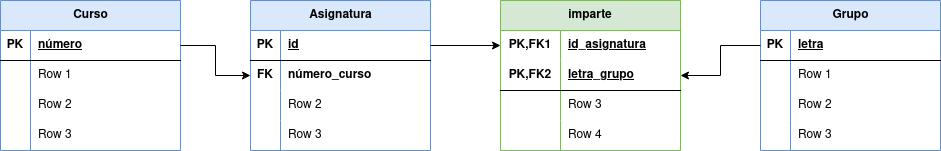
mdiogc/base-datos keeps this draw.io diagram as Unidad-2/Tareas/ Docente (MR-2)/docente.drawio.png. Above is the earlier version. Source tidied: cells renumbered, new cells last; positions are measured from the earlier drawing's top-left corner, leaving out a move shared by most shapes.
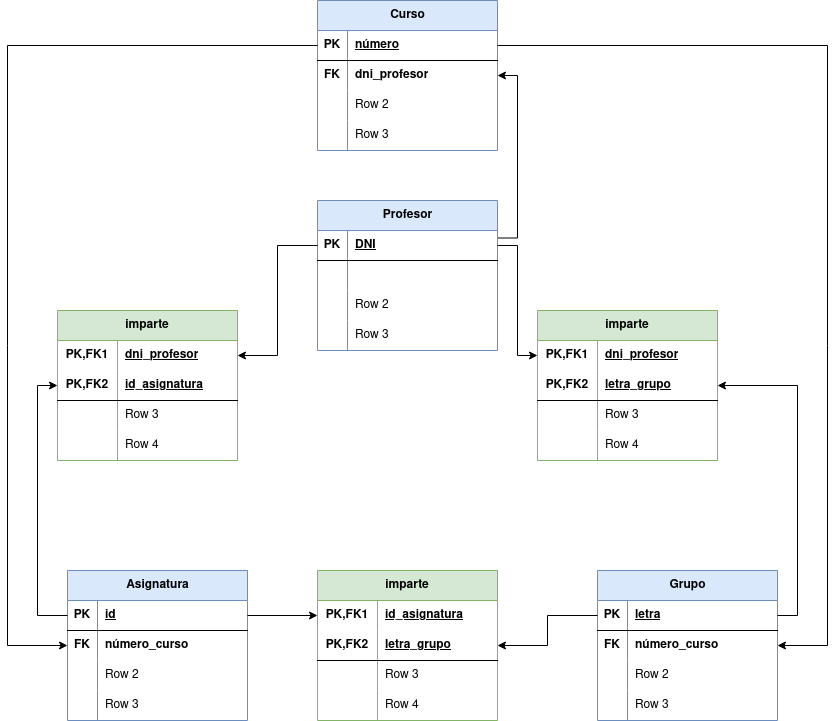
Above is the later version.

Change to the diagram source:
```diff
@@ -81,7 +81,7 @@
       <mxGeometry x="60" width="120" height="30" as="geometry" />
     </mxCell>
     <mxCell id="28" value="Grupo" style="shape=table;startSize=30;rowLines=0;fontStyle=1;align=center;html=1;fillColor=#dae8fc;strokeColor=#6c8ebf;" parent="1" vertex="1">
-      <mxGeometry x="760" width="180" height="150" as="geometry" />
+      <mxGeometry x="780" width="180" height="150" as="geometry" />
     </mxCell>
     <mxCell id="29" style="shape=tableRow;horizontal=0;startSize=0;swimlaneHead=0;swimlaneBody=0;fillColor=none;points=[[0,0.5],[1,0.5]];portConstraint=eastwest;top=0;left=0;right=0;bottom=1;" parent="28" vertex="1">
       <mxGeometry y="30" width="180" height="30" as="geometry" />
@@ -95,10 +95,10 @@
     <mxCell id="32" style="shape=tableRow;horizontal=0;startSize=0;swimlaneHead=0;swimlaneBody=0;fillColor=none;top=0;left=0;right=0;bottom=0;" parent="28" vertex="1">
       <mxGeometry y="60" width="180" height="30" as="geometry" />
     </mxCell>
-    <mxCell id="33" style="shape=partialRectangle;fillColor=none;top=0;left=0;bottom=0;right=0;overflow=hidden;whiteSpace=wrap;html=1;" parent="32" vertex="1">
+    <mxCell id="33" value="&lt;b&gt;FK&lt;/b&gt;" style="shape=partialRectangle;fillColor=none;top=0;left=0;bottom=0;right=0;overflow=hidden;whiteSpace=wrap;html=1;" parent="32" vertex="1">
       <mxGeometry width="30" height="30" as="geometry" />
     </mxCell>
-    <mxCell id="34" value="Row 1" style="shape=partialRectangle;fillColor=none;top=0;left=0;bottom=0;right=0;align=left;spacingLeft=6;overflow=hidden;whiteSpace=wrap;html=1;" parent="32" vertex="1">
+    <mxCell id="34" value="&lt;b&gt;número_curso&lt;/b&gt;" style="shape=partialRectangle;fillColor=none;top=0;left=0;bottom=0;right=0;align=left;spacingLeft=6;overflow=hidden;whiteSpace=wrap;html=1;" parent="32" vertex="1">
       <mxGeometry x="30" width="150" height="30" as="geometry" />
     </mxCell>
     <mxCell id="35" style="shape=tableRow;horizontal=0;startSize=0;swimlaneHead=0;swimlaneBody=0;fillColor=none;top=0;left=0;right=0;bottom=0;" parent="28" vertex="1">
@@ -120,7 +120,7 @@
       <mxGeometry x="30" width="150" height="30" as="geometry" />
     </mxCell>
     <mxCell id="41" value="Curso" style="shape=table;startSize=30;rowLines=0;fontStyle=1;align=center;html=1;fillColor=#dae8fc;strokeColor=#6c8ebf;" parent="1" vertex="1">
-      <mxGeometry width="180" height="150" as="geometry" />
+      <mxGeometry x="500" y="-570" width="180" height="150" as="geometry" />
     </mxCell>
     <mxCell id="42" style="shape=tableRow;horizontal=0;startSize=0;swimlaneHead=0;swimlaneBody=0;fillColor=none;points=[[0,0.5],[1,0.5]];portConstraint=eastwest;top=0;left=0;right=0;bottom=1;" parent="41" vertex="1">
       <mxGeometry y="30" width="180" height="30" as="geometry" />
@@ -134,10 +134,10 @@
     <mxCell id="45" style="shape=tableRow;horizontal=0;startSize=0;swimlaneHead=0;swimlaneBody=0;fillColor=none;top=0;left=0;right=0;bottom=0;" parent="41" vertex="1">
       <mxGeometry y="60" width="180" height="30" as="geometry" />
     </mxCell>
-    <mxCell id="46" style="shape=partialRectangle;fillColor=none;top=0;left=0;bottom=0;right=0;overflow=hidden;whiteSpace=wrap;html=1;" parent="45" vertex="1">
+    <mxCell id="46" value="&lt;b&gt;FK&lt;/b&gt;" style="shape=partialRectangle;fillColor=none;top=0;left=0;bottom=0;right=0;overflow=hidden;whiteSpace=wrap;html=1;" parent="45" vertex="1">
       <mxGeometry width="30" height="30" as="geometry" />
     </mxCell>
-    <mxCell id="47" value="Row 1" style="shape=partialRectangle;fillColor=none;top=0;left=0;bottom=0;right=0;align=left;spacingLeft=6;overflow=hidden;whiteSpace=wrap;html=1;" parent="45" vertex="1">
+    <mxCell id="47" value="&lt;b&gt;dni_profesor&lt;/b&gt;" style="shape=partialRectangle;fillColor=none;top=0;left=0;bottom=0;right=0;align=left;spacingLeft=6;overflow=hidden;whiteSpace=wrap;html=1;" parent="45" vertex="1">
       <mxGeometry x="30" width="150" height="30" as="geometry" />
     </mxCell>
     <mxCell id="48" style="shape=tableRow;horizontal=0;startSize=0;swimlaneHead=0;swimlaneBody=0;fillColor=none;top=0;left=0;right=0;bottom=0;" parent="41" vertex="1">
@@ -158,14 +158,159 @@
     <mxCell id="53" value="Row 3" style="shape=partialRectangle;fillColor=none;top=0;left=0;bottom=0;right=0;align=left;spacingLeft=6;overflow=hidden;whiteSpace=wrap;html=1;" parent="51" vertex="1">
       <mxGeometry x="30" width="150" height="30" as="geometry" />
     </mxCell>
-    <mxCell id="54" style="edgeStyle=orthogonalEdgeStyle;rounded=0;jettySize=auto;html=1;exitX=1;exitY=0.5;exitDx=0;exitDy=0;entryX=0;entryY=0.5;entryDx=0;entryDy=0;" parent="1" edge="1" source="42" target="6">
-      <mxGeometry relative="1" as="geometry" />
-    </mxCell>
     <mxCell id="55" style="edgeStyle=orthogonalEdgeStyle;rounded=0;jettySize=auto;html=1;exitX=1;exitY=0.5;exitDx=0;exitDy=0;entryX=0;entryY=0.5;entryDx=0;entryDy=0;" parent="1" edge="1" source="3" target="16">
       <mxGeometry relative="1" as="geometry" />
     </mxCell>
     <mxCell id="56" style="edgeStyle=orthogonalEdgeStyle;rounded=0;jettySize=auto;html=1;exitX=0;exitY=0.5;exitDx=0;exitDy=0;" parent="1" edge="1" source="29" target="19">
       <mxGeometry relative="1" as="geometry" />
     </mxCell>
+    <mxCell id="57" style="edgeStyle=orthogonalEdgeStyle;rounded=0;jettySize=auto;html=1;exitX=1;exitY=0.25;exitDx=0;exitDy=0;entryX=1;entryY=0.5;entryDx=0;entryDy=0;" parent="1" edge="1" source="58" target="41">
+      <mxGeometry relative="1" as="geometry" />
+    </mxCell>
+    <mxCell id="58" value="Profesor" style="shape=table;startSize=30;rowLines=0;fontStyle=1;align=center;html=1;fillColor=#dae8fc;strokeColor=#6c8ebf;" parent="1" vertex="1">
+      <mxGeometry x="500" y="-370" width="180" height="150" as="geometry" />
+    </mxCell>
+    <mxCell id="59" style="shape=tableRow;horizontal=0;startSize=0;swimlaneHead=0;swimlaneBody=0;fillColor=none;points=[[0,0.5],[1,0.5]];portConstraint=eastwest;top=0;left=0;right=0;bottom=1;" parent="58" vertex="1">
+      <mxGeometry y="30" width="180" height="30" as="geometry" />
+    </mxCell>
+    <mxCell id="60" value="PK" style="shape=partialRectangle;fillColor=none;top=0;left=0;bottom=0;right=0;fontStyle=1;overflow=hidden;whiteSpace=wrap;html=1;" parent="59" vertex="1">
+      <mxGeometry width="30" height="30" as="geometry" />
+    </mxCell>
+    <mxCell id="61" value="DNI" style="shape=partialRectangle;fillColor=none;top=0;left=0;bottom=0;right=0;align=left;spacingLeft=6;fontStyle=5;overflow=hidden;whiteSpace=wrap;html=1;" parent="59" vertex="1">
+      <mxGeometry x="30" width="150" height="30" as="geometry" />
+    </mxCell>
+    <mxCell id="62" style="shape=tableRow;horizontal=0;startSize=0;swimlaneHead=0;swimlaneBody=0;fillColor=none;top=0;left=0;right=0;bottom=0;" parent="58" vertex="1">
+      <mxGeometry y="60" width="180" height="30" as="geometry" />
+    </mxCell>
+    <mxCell id="63" style="shape=partialRectangle;fillColor=none;top=0;left=0;bottom=0;right=0;overflow=hidden;whiteSpace=wrap;html=1;" parent="62" vertex="1">
+      <mxGeometry width="30" height="30" as="geometry" />
+    </mxCell>
+    <mxCell id="64" style="shape=partialRectangle;fillColor=none;top=0;left=0;bottom=0;right=0;align=left;spacingLeft=6;overflow=hidden;whiteSpace=wrap;html=1;" parent="62" vertex="1">
+      <mxGeometry x="30" width="150" height="30" as="geometry" />
+    </mxCell>
+    <mxCell id="65" style="shape=tableRow;horizontal=0;startSize=0;swimlaneHead=0;swimlaneBody=0;fillColor=none;top=0;left=0;right=0;bottom=0;" parent="58" vertex="1">
+      <mxGeometry y="90" width="180" height="30" as="geometry" />
+    </mxCell>
+    <mxCell id="66" style="shape=partialRectangle;fillColor=none;top=0;left=0;bottom=0;right=0;overflow=hidden;whiteSpace=wrap;html=1;" parent="65" vertex="1">
+      <mxGeometry width="30" height="30" as="geometry" />
+    </mxCell>
+    <mxCell id="67" value="Row 2" style="shape=partialRectangle;fillColor=none;top=0;left=0;bottom=0;right=0;align=left;spacingLeft=6;overflow=hidden;whiteSpace=wrap;html=1;" parent="65" vertex="1">
+      <mxGeometry x="30" width="150" height="30" as="geometry" />
+    </mxCell>
+    <mxCell id="68" style="shape=tableRow;horizontal=0;startSize=0;swimlaneHead=0;swimlaneBody=0;fillColor=none;top=0;left=0;right=0;bottom=0;" parent="58" vertex="1">
+      <mxGeometry y="120" width="180" height="30" as="geometry" />
+    </mxCell>
+    <mxCell id="69" style="shape=partialRectangle;fillColor=none;top=0;left=0;bottom=0;right=0;overflow=hidden;whiteSpace=wrap;html=1;" parent="68" vertex="1">
+      <mxGeometry width="30" height="30" as="geometry" />
+    </mxCell>
+    <mxCell id="70" value="Row 3" style="shape=partialRectangle;fillColor=none;top=0;left=0;bottom=0;right=0;align=left;spacingLeft=6;overflow=hidden;whiteSpace=wrap;html=1;" parent="68" vertex="1">
+      <mxGeometry x="30" width="150" height="30" as="geometry" />
+    </mxCell>
+    <mxCell id="71" value="imparte" style="shape=table;startSize=30;rowLines=0;fontStyle=1;align=center;html=1;whiteSpace=wrap;fillColor=#d5e8d4;strokeColor=#82b366;" parent="1" vertex="1">
+      <mxGeometry x="720" y="-260" width="180" height="150" as="geometry" />
+    </mxCell>
+    <mxCell id="72" style="shape=tableRow;horizontal=0;startSize=0;swimlaneHead=0;swimlaneBody=0;fillColor=none;points=[[0,0.5],[1,0.5]];portConstraint=eastwest;top=0;left=0;right=0;bottom=0;html=1;" parent="71" vertex="1">
+      <mxGeometry y="30" width="180" height="30" as="geometry" />
+    </mxCell>
+    <mxCell id="73" value="PK,FK1" style="shape=partialRectangle;fillColor=none;top=0;left=0;bottom=0;right=0;fontStyle=1;overflow=hidden;html=1;whiteSpace=wrap;" parent="72" vertex="1">
+      <mxGeometry width="60" height="30" as="geometry" />
+    </mxCell>
+    <mxCell id="74" value="dni_profesor" style="shape=partialRectangle;fillColor=none;top=0;left=0;bottom=0;right=0;align=left;spacingLeft=6;fontStyle=5;overflow=hidden;html=1;whiteSpace=wrap;" parent="72" vertex="1">
+      <mxGeometry x="60" width="120" height="30" as="geometry" />
+    </mxCell>
+    <mxCell id="75" style="shape=tableRow;horizontal=0;startSize=0;swimlaneHead=0;swimlaneBody=0;fillColor=none;points=[[0,0.5],[1,0.5]];portConstraint=eastwest;top=0;left=0;right=0;bottom=1;html=1;" parent="71" vertex="1">
+      <mxGeometry y="60" width="180" height="30" as="geometry" />
+    </mxCell>
+    <mxCell id="76" value="PK,FK2" style="shape=partialRectangle;fillColor=none;top=0;left=0;bottom=0;right=0;fontStyle=1;overflow=hidden;html=1;whiteSpace=wrap;" parent="75" vertex="1">
+      <mxGeometry width="60" height="30" as="geometry" />
+    </mxCell>
+    <mxCell id="77" value="letra_grupo" style="shape=partialRectangle;fillColor=none;top=0;left=0;bottom=0;right=0;align=left;spacingLeft=6;fontStyle=5;overflow=hidden;html=1;whiteSpace=wrap;" parent="75" vertex="1">
+      <mxGeometry x="60" width="120" height="30" as="geometry" />
+    </mxCell>
+    <mxCell id="78" style="shape=tableRow;horizontal=0;startSize=0;swimlaneHead=0;swimlaneBody=0;fillColor=none;top=0;left=0;right=0;bottom=0;html=1;" parent="71" vertex="1">
+      <mxGeometry y="90" width="180" height="30" as="geometry" />
+    </mxCell>
+    <mxCell id="79" style="shape=partialRectangle;fillColor=none;top=0;left=0;bottom=0;right=0;overflow=hidden;html=1;whiteSpace=wrap;" parent="78" vertex="1">
+      <mxGeometry width="60" height="30" as="geometry" />
+    </mxCell>
+    <mxCell id="80" value="Row 3" style="shape=partialRectangle;fillColor=none;top=0;left=0;bottom=0;right=0;align=left;spacingLeft=6;overflow=hidden;html=1;whiteSpace=wrap;" parent="78" vertex="1">
+      <mxGeometry x="60" width="120" height="30" as="geometry" />
+    </mxCell>
+    <mxCell id="81" style="shape=tableRow;horizontal=0;startSize=0;swimlaneHead=0;swimlaneBody=0;fillColor=none;top=0;left=0;right=0;bottom=0;html=1;" parent="71" vertex="1">
+      <mxGeometry y="120" width="180" height="30" as="geometry" />
+    </mxCell>
+    <mxCell id="82" style="shape=partialRectangle;fillColor=none;top=0;left=0;bottom=0;right=0;overflow=hidden;html=1;whiteSpace=wrap;" parent="81" vertex="1">
+      <mxGeometry width="60" height="30" as="geometry" />
+    </mxCell>
+    <mxCell id="83" value="Row 4" style="shape=partialRectangle;fillColor=none;top=0;left=0;bottom=0;right=0;align=left;spacingLeft=6;overflow=hidden;html=1;whiteSpace=wrap;" parent="81" vertex="1">
+      <mxGeometry x="60" width="120" height="30" as="geometry" />
+    </mxCell>
+    <mxCell id="84" style="edgeStyle=orthogonalEdgeStyle;rounded=0;jettySize=auto;html=1;exitX=1;exitY=0.5;exitDx=0;exitDy=0;entryX=1;entryY=0.5;entryDx=0;entryDy=0;" parent="1" edge="1" source="29" target="75">
+      <mxGeometry relative="1" as="geometry" />
+    </mxCell>
+    <mxCell id="85" style="edgeStyle=orthogonalEdgeStyle;rounded=0;jettySize=auto;html=1;exitX=1;exitY=0.5;exitDx=0;exitDy=0;entryX=0;entryY=0.5;entryDx=0;entryDy=0;" parent="1" edge="1" source="59" target="72">
+      <mxGeometry relative="1" as="geometry" />
+    </mxCell>
+    <mxCell id="86" value="imparte" style="shape=table;startSize=30;rowLines=0;fontStyle=1;align=center;html=1;whiteSpace=wrap;fillColor=#d5e8d4;strokeColor=#82b366;" parent="1" vertex="1">
+      <mxGeometry x="240" y="-260" width="180" height="150" as="geometry" />
+    </mxCell>
+    <mxCell id="87" style="shape=tableRow;horizontal=0;startSize=0;swimlaneHead=0;swimlaneBody=0;fillColor=none;points=[[0,0.5],[1,0.5]];portConstraint=eastwest;top=0;left=0;right=0;bottom=0;html=1;" parent="86" vertex="1">
+      <mxGeometry y="30" width="180" height="30" as="geometry" />
+    </mxCell>
+    <mxCell id="88" value="PK,FK1" style="shape=partialRectangle;fillColor=none;top=0;left=0;bottom=0;right=0;fontStyle=1;overflow=hidden;html=1;whiteSpace=wrap;" parent="87" vertex="1">
+      <mxGeometry width="60" height="30" as="geometry" />
+    </mxCell>
+    <mxCell id="89" value="dni_profesor" style="shape=partialRectangle;fillColor=none;top=0;left=0;bottom=0;right=0;align=left;spacingLeft=6;fontStyle=5;overflow=hidden;html=1;whiteSpace=wrap;" parent="87" vertex="1">
+      <mxGeometry x="60" width="120" height="30" as="geometry" />
+    </mxCell>
+    <mxCell id="90" style="shape=tableRow;horizontal=0;startSize=0;swimlaneHead=0;swimlaneBody=0;fillColor=none;points=[[0,0.5],[1,0.5]];portConstraint=eastwest;top=0;left=0;right=0;bottom=1;html=1;" parent="86" vertex="1">
+      <mxGeometry y="60" width="180" height="30" as="geometry" />
+    </mxCell>
+    <mxCell id="91" value="PK,FK2" style="shape=partialRectangle;fillColor=none;top=0;left=0;bottom=0;right=0;fontStyle=1;overflow=hidden;html=1;whiteSpace=wrap;" parent="90" vertex="1">
+      <mxGeometry width="60" height="30" as="geometry" />
+    </mxCell>
+    <mxCell id="92" value="id_asignatura" style="shape=partialRectangle;fillColor=none;top=0;left=0;bottom=0;right=0;align=left;spacingLeft=6;fontStyle=5;overflow=hidden;html=1;whiteSpace=wrap;" parent="90" vertex="1">
+      <mxGeometry x="60" width="120" height="30" as="geometry" />
+    </mxCell>
+    <mxCell id="93" style="shape=tableRow;horizontal=0;startSize=0;swimlaneHead=0;swimlaneBody=0;fillColor=none;top=0;left=0;right=0;bottom=0;html=1;" parent="86" vertex="1">
+      <mxGeometry y="90" width="180" height="30" as="geometry" />
+    </mxCell>
+    <mxCell id="94" style="shape=partialRectangle;fillColor=none;top=0;left=0;bottom=0;right=0;overflow=hidden;html=1;whiteSpace=wrap;" parent="93" vertex="1">
+      <mxGeometry width="60" height="30" as="geometry" />
+    </mxCell>
+    <mxCell id="95" value="Row 3" style="shape=partialRectangle;fillColor=none;top=0;left=0;bottom=0;right=0;align=left;spacingLeft=6;overflow=hidden;html=1;whiteSpace=wrap;" parent="93" vertex="1">
+      <mxGeometry x="60" width="120" height="30" as="geometry" />
+    </mxCell>
+    <mxCell id="96" style="shape=tableRow;horizontal=0;startSize=0;swimlaneHead=0;swimlaneBody=0;fillColor=none;top=0;left=0;right=0;bottom=0;html=1;" parent="86" vertex="1">
+      <mxGeometry y="120" width="180" height="30" as="geometry" />
+    </mxCell>
+    <mxCell id="97" style="shape=partialRectangle;fillColor=none;top=0;left=0;bottom=0;right=0;overflow=hidden;html=1;whiteSpace=wrap;" parent="96" vertex="1">
+      <mxGeometry width="60" height="30" as="geometry" />
+    </mxCell>
+    <mxCell id="98" value="Row 4" style="shape=partialRectangle;fillColor=none;top=0;left=0;bottom=0;right=0;align=left;spacingLeft=6;overflow=hidden;html=1;whiteSpace=wrap;" parent="96" vertex="1">
+      <mxGeometry x="60" width="120" height="30" as="geometry" />
+    </mxCell>
+    <mxCell id="99" style="edgeStyle=orthogonalEdgeStyle;rounded=0;jettySize=auto;html=1;exitX=0;exitY=0.5;exitDx=0;exitDy=0;entryX=0;entryY=0.5;entryDx=0;entryDy=0;" parent="1" edge="1" source="3" target="90">
+      <mxGeometry relative="1" as="geometry" />
+    </mxCell>
+    <mxCell id="100" style="edgeStyle=orthogonalEdgeStyle;rounded=0;jettySize=auto;html=1;exitX=0;exitY=0.5;exitDx=0;exitDy=0;entryX=1;entryY=0.5;entryDx=0;entryDy=0;" parent="1" edge="1" source="59" target="87">
+      <mxGeometry relative="1" as="geometry" />
+    </mxCell>
+    <mxCell id="101" style="edgeStyle=orthogonalEdgeStyle;rounded=0;jettySize=auto;html=1;exitX=1;exitY=0.5;exitDx=0;exitDy=0;entryX=1;entryY=0.5;entryDx=0;entryDy=0;" parent="1" edge="1" source="42" target="28">
+      <mxGeometry relative="1" as="geometry">
+        <Array as="points">
+          <mxPoint x="1010" y="-525" />
+          <mxPoint x="1010" y="75" />
+        </Array>
+      </mxGeometry>
+    </mxCell>
+    <mxCell id="54" style="edgeStyle=orthogonalEdgeStyle;rounded=0;jettySize=auto;html=1;exitX=0;exitY=0.5;exitDx=0;exitDy=0;entryX=0;entryY=0.5;entryDx=0;entryDy=0;" parent="1" edge="1" source="42" target="6">
+      <mxGeometry relative="1" as="geometry">
+        <Array as="points">
+          <mxPoint x="190" y="-525" />
+          <mxPoint x="190" y="75" />
+        </Array>
+      </mxGeometry>
+    </mxCell>
   </root>
 </mxGraphModel>
```
